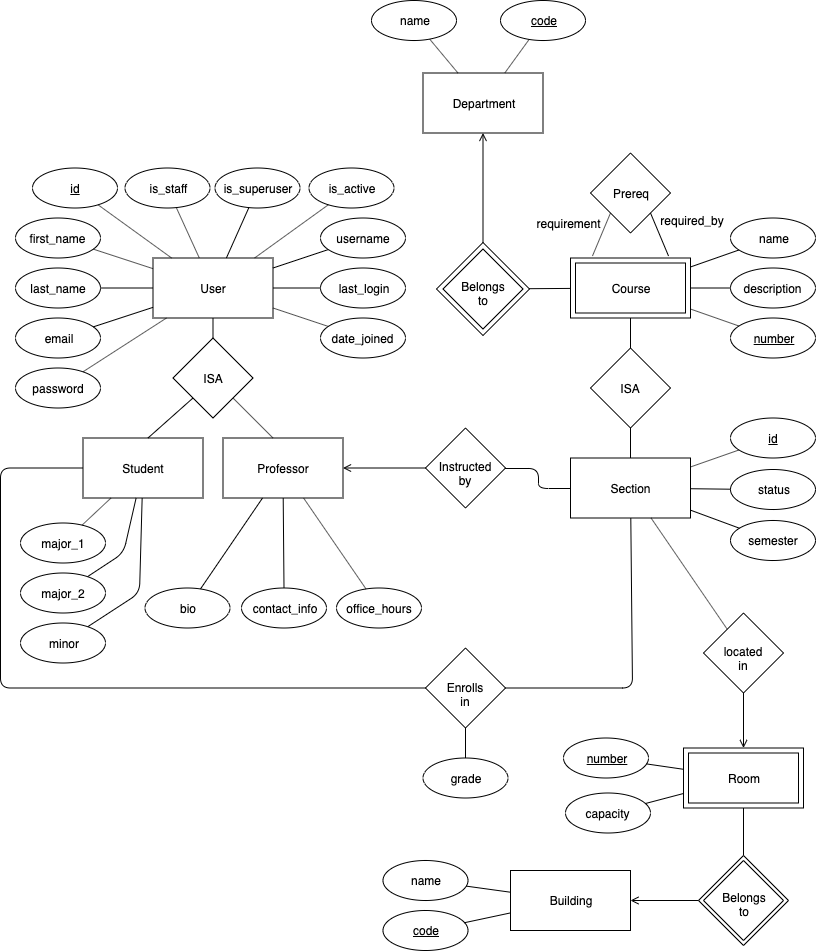
Before: ERD.png, a diagram exported from draw.io (CS157A-Team9/cs157a-9). Source tidied: cells renumbered, new cells last; positions are measured from the earlier drawing's top-left corner, leaving out a move shared by most shapes.
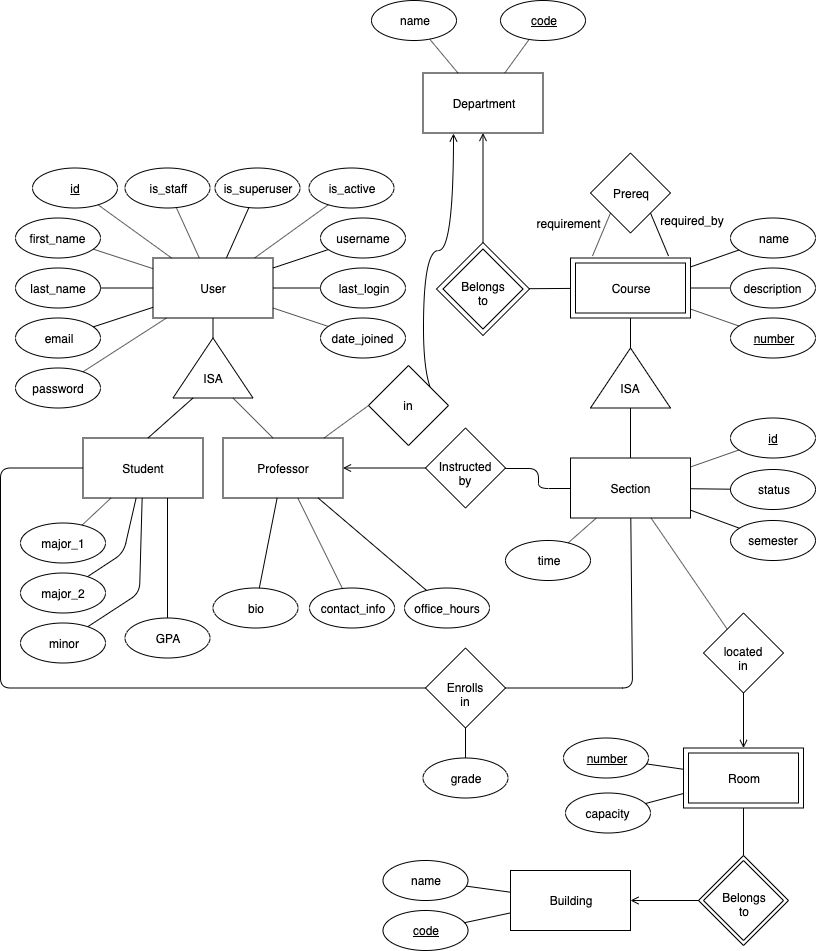
After the commit.

Commit message:
Consolidate E/R diagram changes into ERD file. Minor edits to Scheme and explanation.

What changed in the source:
```diff
@@ -2,6 +2,20 @@
   <root>
     <mxCell id="0" />
     <mxCell id="1" parent="0" />
+    <mxCell id="147" style="endArrow=none;html=1;entryX=0.5;entryY=0;entryDx=0;entryDy=0;" parent="1" edge="1" target="153">
+      <mxGeometry relative="1" as="geometry">
+        <mxPoint x="167" y="490" as="sourcePoint" />
+      </mxGeometry>
+    </mxCell>
+    <mxCell id="14" style="rounded=0;whiteSpace=wrap;html=1;" parent="1" vertex="1">
+      <mxGeometry x="82.5" y="437.5" width="120" height="60" as="geometry" />
+    </mxCell>
+    <mxCell id="148" style="triangle;whiteSpace=wrap;html=1;rotation=-90;" parent="1" vertex="1">
+      <mxGeometry x="600" y="337.5" width="60" height="80" as="geometry" />
+    </mxCell>
+    <mxCell id="149" style="triangle;whiteSpace=wrap;html=1;rotation=-90;" parent="1" vertex="1">
+      <mxGeometry x="182.5" y="327.5" width="60" height="80" as="geometry" />
+    </mxCell>
     <mxCell id="2" style="rhombus;whiteSpace=wrap;html=1;" parent="1" vertex="1">
       <mxGeometry x="698" y="855" width="90" height="90" as="geometry" />
     </mxCell>
@@ -32,15 +46,9 @@
     <mxCell id="11" value="User" style="text;html=1;strokeColor=none;fillColor=none;align=center;verticalAlign=middle;whiteSpace=wrap;rounded=0;" parent="1" vertex="1">
       <mxGeometry x="192.5" y="277.5" width="40" height="20" as="geometry" />
     </mxCell>
-    <mxCell id="12" style="rhombus;whiteSpace=wrap;html=1;" parent="1" vertex="1">
-      <mxGeometry x="172.5" y="337.5" width="80" height="80" as="geometry" />
-    </mxCell>
     <mxCell id="13" value="ISA" style="text;html=1;strokeColor=none;fillColor=none;align=center;verticalAlign=middle;whiteSpace=wrap;rounded=0;" parent="1" vertex="1">
       <mxGeometry x="192.5" y="367.5" width="40" height="20" as="geometry" />
     </mxCell>
-    <mxCell id="14" style="rounded=0;whiteSpace=wrap;html=1;" parent="1" vertex="1">
-      <mxGeometry x="82.5" y="437.5" width="120" height="60" as="geometry" />
-    </mxCell>
     <mxCell id="15" value="Student" style="text;html=1;strokeColor=none;fillColor=none;align=center;verticalAlign=middle;whiteSpace=wrap;rounded=0;" parent="1" vertex="1">
       <mxGeometry x="122.5" y="457.5" width="40" height="20" as="geometry" />
     </mxCell>
@@ -56,13 +64,16 @@
         <mxPoint x="192.5" y="397.5" as="targetPoint" />
       </mxGeometry>
     </mxCell>
-    <mxCell id="19" style="endArrow=none;html=1;entryX=1;entryY=1;entryDx=0;entryDy=0;" parent="1" edge="1" target="12">
+    <mxCell id="19" style="endArrow=none;html=1;entryX=1;entryY=1;entryDx=0;entryDy=0;" parent="1" edge="1">
       <mxGeometry relative="1" as="geometry">
         <mxPoint x="272.5" y="437.5" as="sourcePoint" />
+        <mxPoint x="232.5" y="397.5" as="targetPoint" />
       </mxGeometry>
     </mxCell>
-    <mxCell id="20" style="endArrow=none;html=1;entryX=0.5;entryY=1;entryDx=0;entryDy=0;" parent="1" edge="1" source="12" target="10">
-      <mxGeometry relative="1" as="geometry" />
+    <mxCell id="20" style="endArrow=none;html=1;entryX=0.5;entryY=1;entryDx=0;entryDy=0;" parent="1" edge="1" target="10">
+      <mxGeometry relative="1" as="geometry">
+        <mxPoint x="212.5" y="337.5" as="sourcePoint" />
+      </mxGeometry>
     </mxCell>
     <mxCell id="21" style="ellipse;whiteSpace=wrap;html=1;" parent="1" vertex="1">
       <mxGeometry x="32" y="167.5" width="85" height="40" as="geometry" />
@@ -139,16 +150,15 @@
     <mxCell id="45" value="Course" style="text;html=1;strokeColor=none;fillColor=none;align=center;verticalAlign=middle;whiteSpace=wrap;rounded=0;" parent="1" vertex="1">
       <mxGeometry x="610" y="277.5" width="40" height="20" as="geometry" />
     </mxCell>
-    <mxCell id="46" style="rhombus;whiteSpace=wrap;html=1;" parent="1" vertex="1">
-      <mxGeometry x="590" y="347.5" width="80" height="80" as="geometry" />
-    </mxCell>
     <mxCell id="47" value="ISA" style="text;html=1;strokeColor=none;fillColor=none;align=center;verticalAlign=middle;whiteSpace=wrap;rounded=0;" parent="1" vertex="1">
       <mxGeometry x="610" y="377.5" width="40" height="20" as="geometry" />
     </mxCell>
-    <mxCell id="48" style="endArrow=none;html=1;" parent="1" edge="1" source="46" target="8">
-      <mxGeometry relative="1" as="geometry" />
+    <mxCell id="48" style="endArrow=none;html=1;" parent="1" edge="1" target="8">
+      <mxGeometry relative="1" as="geometry">
+        <mxPoint x="630" y="347.5" as="sourcePoint" />
+      </mxGeometry>
     </mxCell>
-    <mxCell id="49" style="endArrow=none;html=1;" parent="1" edge="1" source="43" target="46">
+    <mxCell id="49" style="endArrow=none;html=1;entryX=0;entryY=0.5;entryDx=0;entryDy=0;" parent="1" edge="1" source="43" target="148">
       <mxGeometry relative="1" as="geometry" />
     </mxCell>
     <mxCell id="50" style="ellipse;whiteSpace=wrap;html=1;" parent="1" vertex="1">
@@ -233,22 +243,22 @@
       <mxGeometry relative="1" as="geometry" />
     </mxCell>
     <mxCell id="74" style="ellipse;whiteSpace=wrap;html=1;" parent="1" vertex="1">
-      <mxGeometry x="241" y="587.5" width="85" height="40" as="geometry" />
+      <mxGeometry x="309" y="587.5" width="85" height="40" as="geometry" />
     </mxCell>
     <mxCell id="75" value="contact_info" style="text;html=1;strokeColor=none;fillColor=none;align=center;verticalAlign=middle;whiteSpace=wrap;rounded=0;" parent="1" vertex="1">
-      <mxGeometry x="263.5" y="597.5" width="40" height="20" as="geometry" />
+      <mxGeometry x="331.5" y="597.5" width="40" height="20" as="geometry" />
     </mxCell>
     <mxCell id="76" style="ellipse;whiteSpace=wrap;html=1;" parent="1" vertex="1">
-      <mxGeometry x="336" y="587.5" width="85" height="40" as="geometry" />
+      <mxGeometry x="404" y="587.5" width="85" height="40" as="geometry" />
     </mxCell>
     <mxCell id="77" value="office_hours" style="text;html=1;strokeColor=none;fillColor=none;align=center;verticalAlign=middle;whiteSpace=wrap;rounded=0;" parent="1" vertex="1">
-      <mxGeometry x="358.5" y="597.5" width="40" height="20" as="geometry" />
+      <mxGeometry x="426.5" y="597.5" width="40" height="20" as="geometry" />
     </mxCell>
     <mxCell id="78" style="ellipse;whiteSpace=wrap;html=1;" parent="1" vertex="1">
-      <mxGeometry x="144.5" y="587.5" width="85" height="40" as="geometry" />
+      <mxGeometry x="212.5" y="587.5" width="85" height="40" as="geometry" />
     </mxCell>
     <mxCell id="79" value="bio" style="text;html=1;strokeColor=none;fillColor=none;align=center;verticalAlign=middle;whiteSpace=wrap;rounded=0;" parent="1" vertex="1">
-      <mxGeometry x="167" y="597.5" width="40" height="20" as="geometry" />
+      <mxGeometry x="235" y="597.5" width="40" height="20" as="geometry" />
     </mxCell>
     <mxCell id="80" style="endArrow=none;html=1;" parent="1" edge="1" source="78" target="16">
       <mxGeometry relative="1" as="geometry" />
@@ -459,5 +469,38 @@
     <mxCell id="146" style="endArrow=none;html=1;" parent="1" edge="1" source="10" target="39">
       <mxGeometry relative="1" as="geometry" />
     </mxCell>
+    <mxCell id="150" style="ellipse;whiteSpace=wrap;html=1;" parent="1" vertex="1">
+      <mxGeometry x="505" y="540" width="85" height="40" as="geometry" />
+    </mxCell>
+    <mxCell id="151" value="time" style="text;html=1;strokeColor=none;fillColor=none;align=center;verticalAlign=middle;whiteSpace=wrap;rounded=0;" parent="1" vertex="1">
+      <mxGeometry x="527.5" y="550" width="40" height="20" as="geometry" />
+    </mxCell>
+    <mxCell id="152" style="endArrow=none;html=1;" parent="1" edge="1" source="150" target="43">
+      <mxGeometry relative="1" as="geometry" />
+    </mxCell>
+    <mxCell id="153" style="ellipse;whiteSpace=wrap;html=1;" parent="1" vertex="1">
+      <mxGeometry x="124.5" y="617.5" width="85" height="40" as="geometry" />
+    </mxCell>
+    <mxCell id="154" value="GPA" style="text;html=1;strokeColor=none;fillColor=none;align=center;verticalAlign=middle;whiteSpace=wrap;rounded=0;" parent="1" vertex="1">
+      <mxGeometry x="147" y="627.5" width="40" height="20" as="geometry" />
+    </mxCell>
+    <mxCell id="155" value="In" style="text;html=1;strokeColor=none;fillColor=none;align=center;verticalAlign=middle;whiteSpace=wrap;rounded=0;" parent="1" vertex="1">
+      <mxGeometry x="404.5" y="395" width="40" height="20" as="geometry" />
+    </mxCell>
+    <mxCell id="156" style="endArrow=none;html=1;entryX=0;entryY=0.5;entryDx=0;entryDy=0;" parent="1" edge="1" source="16" target="158">
+      <mxGeometry relative="1" as="geometry" />
+    </mxCell>
+    <mxCell id="157" style="endArrow=open;html=1;endFill=0;edgeStyle=orthogonalEdgeStyle;curved=1;entryX=0.25;entryY=1;entryDx=0;entryDy=0;exitX=1;exitY=0.5;exitDx=0;exitDy=0;" parent="1" edge="1" source="158" target="95">
+      <mxGeometry relative="1" as="geometry">
+        <Array as="points">
+          <mxPoint x="423" y="405" />
+          <mxPoint x="423" y="250" />
+          <mxPoint x="453" y="250" />
+        </Array>
+      </mxGeometry>
+    </mxCell>
+    <mxCell id="158" value="in" style="rhombus;whiteSpace=wrap;html=1;" parent="1" vertex="1">
+      <mxGeometry x="368" y="365" width="80" height="80" as="geometry" />
+    </mxCell>
   </root>
 </mxGraphModel>
```
